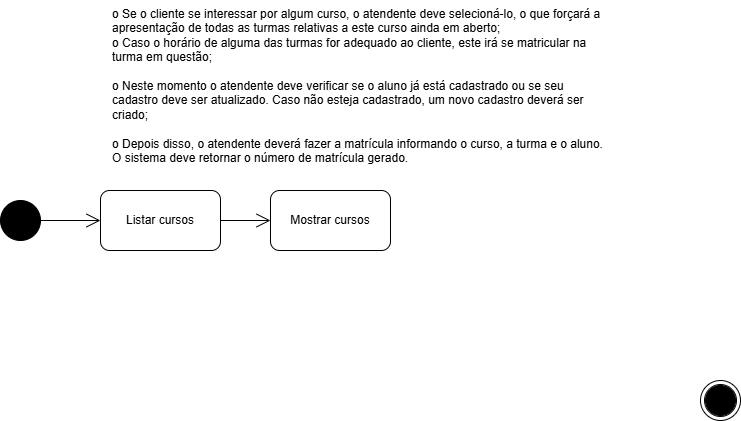
This is APOO/diagrama_atividade/02_atividade/Controle_de_Cursos.png from joao-marcos-azvd/Estudos-de-programacao, a draw.io export, as it was before one commit. Source tidied: cells renumbered, new cells last; positions are measured from the earlier drawing's top-left corner, leaving out a move shared by most shapes. Source of this version:
```xml
<mxGraphModel>
  <root>
    <mxCell id="0" />
    <mxCell id="1" parent="0" />
    <mxCell id="2" style="ellipse;shape=doubleEllipse;whiteSpace=wrap;html=1;fillColor=#000000;" parent="1" vertex="1">
      <mxGeometry y="200" width="40" height="40" as="geometry" />
    </mxCell>
    <mxCell id="3" style="ellipse;shape=doubleEllipse;whiteSpace=wrap;html=1;" parent="1" vertex="1">
      <mxGeometry x="700" y="380" width="40" height="40" as="geometry" />
    </mxCell>
    <mxCell id="4" style="ellipse;shape=doubleEllipse;whiteSpace=wrap;html=1;fillColor=#000000;" parent="1" vertex="1">
      <mxGeometry x="705" y="385" width="30" height="30" as="geometry" />
    </mxCell>
    <mxCell id="5" value="&lt;div&gt;o Se o cliente se interessar por algum curso, o atendente deve selecioná-lo, o que forçará a&lt;br&gt;apresentação de todas as turmas relativas a este curso ainda em aberto;&lt;br&gt;o Caso o horário de alguma das turmas for adequado ao cliente, este irá se matricular na&lt;br&gt;turma em questão;&lt;/div&gt;&lt;div&gt;&lt;br&gt;o Neste momento o atendente deve verificar se o aluno já está cadastrado ou se seu&lt;br&gt;cadastro deve ser atualizado. Caso não esteja cadastrado, um novo cadastro deverá ser&lt;br&gt;criado;&lt;/div&gt;&lt;div&gt;&lt;br&gt;o Depois disso, o atendente deverá fazer a matrícula informando o curso, a turma e o aluno.&lt;br&gt;O sistema deve retornar o número de matrícula gerado.&lt;/div&gt;" style="text;whiteSpace=wrap;html=1;" parent="1" vertex="1">
      <mxGeometry x="110" width="520" height="180" as="geometry" />
    </mxCell>
    <mxCell id="6" style="endArrow=open;endFill=1;endSize=12;html=1;rounded=0;exitX=1;exitY=0.5;exitDx=0;exitDy=0;entryX=0;entryY=0.5;entryDx=0;entryDy=0;" parent="1" edge="1" source="2" target="7">
      <mxGeometry relative="1" as="geometry" />
    </mxCell>
    <mxCell id="7" value="Listar cursos" style="rounded=1;whiteSpace=wrap;html=1;" parent="1" vertex="1">
      <mxGeometry x="100" y="190" width="120" height="60" as="geometry" />
    </mxCell>
    <mxCell id="8" value="Mostrar cursos" style="rounded=1;whiteSpace=wrap;html=1;" parent="1" vertex="1">
      <mxGeometry x="270" y="190" width="120" height="60" as="geometry" />
    </mxCell>
    <mxCell id="9" style="endArrow=open;endFill=1;endSize=12;html=1;rounded=0;exitX=1;exitY=0.5;exitDx=0;exitDy=0;entryX=0;entryY=0.5;entryDx=0;entryDy=0;" parent="1" edge="1" source="7" target="8">
      <mxGeometry relative="1" as="geometry" />
    </mxCell>
  </root>
</mxGraphModel>
```
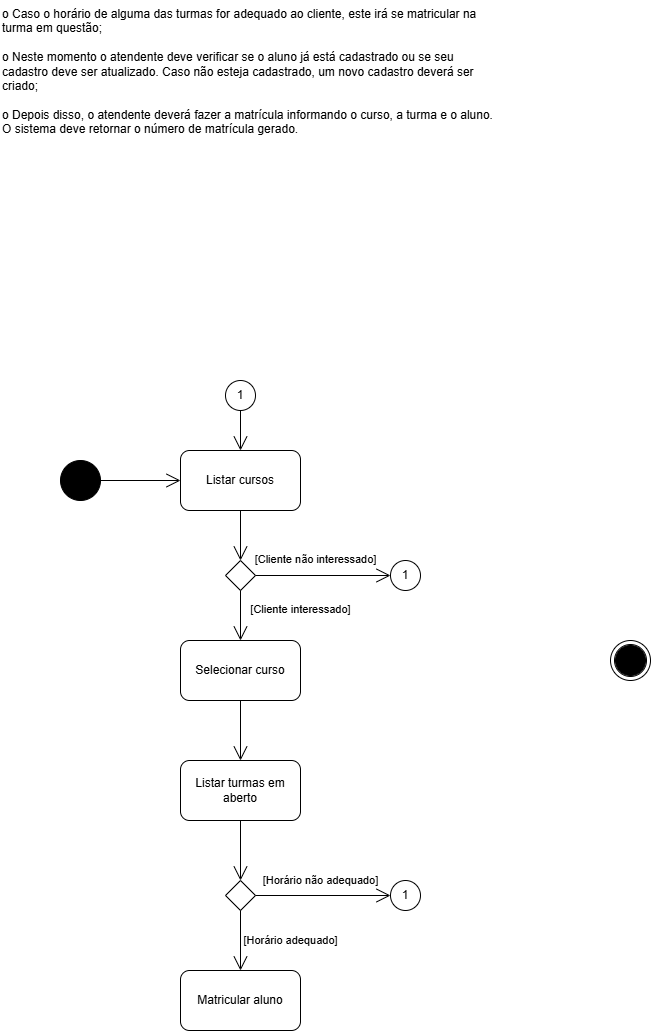
The same file after the commit.

Diff of the diagram source:
```diff
@@ -3,7 +3,7 @@
     <mxCell id="0" />
     <mxCell id="1" parent="0" />
     <mxCell id="2" style="ellipse;shape=doubleEllipse;whiteSpace=wrap;html=1;fillColor=#000000;" parent="1" vertex="1">
-      <mxGeometry y="200" width="40" height="40" as="geometry" />
+      <mxGeometry x="150" y="200" width="40" height="40" as="geometry" />
     </mxCell>
     <mxCell id="3" style="ellipse;shape=doubleEllipse;whiteSpace=wrap;html=1;" parent="1" vertex="1">
       <mxGeometry x="700" y="380" width="40" height="40" as="geometry" />
@@ -11,20 +11,78 @@
     <mxCell id="4" style="ellipse;shape=doubleEllipse;whiteSpace=wrap;html=1;fillColor=#000000;" parent="1" vertex="1">
       <mxGeometry x="705" y="385" width="30" height="30" as="geometry" />
     </mxCell>
-    <mxCell id="5" value="&lt;div&gt;o Se o cliente se interessar por algum curso, o atendente deve selecioná-lo, o que forçará a&lt;br&gt;apresentação de todas as turmas relativas a este curso ainda em aberto;&lt;br&gt;o Caso o horário de alguma das turmas for adequado ao cliente, este irá se matricular na&lt;br&gt;turma em questão;&lt;/div&gt;&lt;div&gt;&lt;br&gt;o Neste momento o atendente deve verificar se o aluno já está cadastrado ou se seu&lt;br&gt;cadastro deve ser atualizado. Caso não esteja cadastrado, um novo cadastro deverá ser&lt;br&gt;criado;&lt;/div&gt;&lt;div&gt;&lt;br&gt;o Depois disso, o atendente deverá fazer a matrícula informando o curso, a turma e o aluno.&lt;br&gt;O sistema deve retornar o número de matrícula gerado.&lt;/div&gt;" style="text;whiteSpace=wrap;html=1;" parent="1" vertex="1">
-      <mxGeometry x="110" width="520" height="180" as="geometry" />
+    <mxCell id="5" value="&lt;div&gt;o Caso o horário de alguma das turmas for adequado ao cliente, este irá se matricular na&lt;br&gt;turma em questão;&lt;/div&gt;&lt;div&gt;&lt;br&gt;o Neste momento o atendente deve verificar se o aluno já está cadastrado ou se seu&lt;br&gt;cadastro deve ser atualizado. Caso não esteja cadastrado, um novo cadastro deverá ser&lt;br&gt;criado;&lt;/div&gt;&lt;div&gt;&lt;br&gt;o Depois disso, o atendente deverá fazer a matrícula informando o curso, a turma e o aluno.&lt;br&gt;O sistema deve retornar o número de matrícula gerado.&lt;/div&gt;" style="text;whiteSpace=wrap;html=1;" parent="1" vertex="1">
+      <mxGeometry x="90" y="-260" width="520" height="180" as="geometry" />
     </mxCell>
-    <mxCell id="6" style="endArrow=open;endFill=1;endSize=12;html=1;rounded=0;exitX=1;exitY=0.5;exitDx=0;exitDy=0;entryX=0;entryY=0.5;entryDx=0;entryDy=0;" parent="1" edge="1" source="2" target="7">
+    <mxCell id="6" style="endArrow=open;endFill=1;endSize=12;html=1;rounded=0;exitX=1;exitY=0.5;exitDx=0;exitDy=0;entryX=0;entryY=0.5;entryDx=0;entryDy=0;" parent="1" edge="1" source="2" target="8">
       <mxGeometry relative="1" as="geometry" />
     </mxCell>
-    <mxCell id="7" value="Listar cursos" style="rounded=1;whiteSpace=wrap;html=1;" parent="1" vertex="1">
-      <mxGeometry x="100" y="190" width="120" height="60" as="geometry" />
-    </mxCell>
-    <mxCell id="8" value="Mostrar cursos" style="rounded=1;whiteSpace=wrap;html=1;" parent="1" vertex="1">
+    <mxCell id="8" value="Listar cursos" style="rounded=1;whiteSpace=wrap;html=1;" parent="1" vertex="1">
       <mxGeometry x="270" y="190" width="120" height="60" as="geometry" />
     </mxCell>
-    <mxCell id="9" style="endArrow=open;endFill=1;endSize=12;html=1;rounded=0;exitX=1;exitY=0.5;exitDx=0;exitDy=0;entryX=0;entryY=0.5;entryDx=0;entryDy=0;" parent="1" edge="1" source="7" target="8">
-      <mxGeometry relative="1" as="geometry" />
-    </mxCell>
+    <mxCell id="10" style="rhombus;whiteSpace=wrap;html=1;" parent="1" vertex="1">
+      <mxGeometry x="315" y="300" width="30" height="30" as="geometry" />
+    </mxCell>
+    <mxCell id="11" style="endArrow=open;endFill=1;endSize=12;html=1;rounded=0;exitX=0.5;exitY=1;exitDx=0;exitDy=0;entryX=0.5;entryY=0;entryDx=0;entryDy=0;" parent="1" edge="1" source="8" target="10">
+      <mxGeometry relative="1" as="geometry" />
+    </mxCell>
+    <mxCell id="12" value="Selecionar curso" style="rounded=1;whiteSpace=wrap;html=1;" parent="1" vertex="1">
+      <mxGeometry x="270" y="380" width="120" height="60" as="geometry" />
+    </mxCell>
+    <mxCell id="13" style="endArrow=open;endFill=1;endSize=12;html=1;rounded=0;exitX=0.5;exitY=1;exitDx=0;exitDy=0;entryX=0.5;entryY=0;entryDx=0;entryDy=0;" parent="1" edge="1" source="10" target="12">
+      <mxGeometry relative="1" as="geometry" />
+    </mxCell>
+    <mxCell id="14" value="[Cliente interessado]" style="edgeLabel;html=1;align=center;verticalAlign=middle;" parent="13" vertex="1">
+      <mxGeometry x="-0.11" y="3" relative="1" as="geometry">
+        <mxPoint x="57" y="-4" as="offset" />
+      </mxGeometry>
+    </mxCell>
+    <mxCell id="15" value="[Cliente não interessado]" style="edgeLabel;html=1;align=center;verticalAlign=middle;" parent="1" vertex="1">
+      <mxGeometry x="495" y="300" as="geometry">
+        <mxPoint x="-90" y="-1" as="offset" />
+      </mxGeometry>
+    </mxCell>
+    <mxCell id="16" value="Listar turmas em aberto" style="rounded=1;whiteSpace=wrap;html=1;" parent="1" vertex="1">
+      <mxGeometry x="270" y="500" width="120" height="60" as="geometry" />
+    </mxCell>
+    <mxCell id="17" style="endArrow=open;endFill=1;endSize=12;html=1;rounded=0;exitX=0.5;exitY=1;exitDx=0;exitDy=0;entryX=0.5;entryY=0;entryDx=0;entryDy=0;" parent="1" edge="1" source="12" target="16">
+      <mxGeometry relative="1" as="geometry" />
+    </mxCell>
+    <mxCell id="18" value="Matricular aluno" style="rounded=1;whiteSpace=wrap;html=1;" parent="1" vertex="1">
+      <mxGeometry x="270" y="710" width="120" height="60" as="geometry" />
+    </mxCell>
+    <mxCell id="19" style="rhombus;whiteSpace=wrap;html=1;" parent="1" vertex="1">
+      <mxGeometry x="315" y="620" width="30" height="30" as="geometry" />
+    </mxCell>
+    <mxCell id="20" style="endArrow=open;endFill=1;endSize=12;html=1;rounded=0;exitX=0.5;exitY=1;exitDx=0;exitDy=0;entryX=0.5;entryY=0;entryDx=0;entryDy=0;" parent="1" edge="1" source="19" target="18">
+      <mxGeometry relative="1" as="geometry" />
+    </mxCell>
+    <mxCell id="21" style="endArrow=open;endFill=1;endSize=12;html=1;rounded=0;exitX=0.5;exitY=1;exitDx=0;exitDy=0;entryX=0.5;entryY=0;entryDx=0;entryDy=0;" parent="1" edge="1" source="16" target="19">
+      <mxGeometry relative="1" as="geometry" />
+    </mxCell>
+    <mxCell id="22" value="[Horário adequado]" style="edgeLabel;html=1;align=center;verticalAlign=middle;" parent="1" vertex="1">
+      <mxGeometry x="380" y="680" as="geometry" />
+    </mxCell>
+    <mxCell id="23" value="1" style="ellipse;whiteSpace=wrap;html=1;" parent="1" vertex="1">
+      <mxGeometry x="480" y="620" width="30" height="30" as="geometry" />
+    </mxCell>
+    <mxCell id="24" style="endArrow=open;endFill=1;endSize=12;html=1;rounded=0;exitX=1;exitY=0.5;exitDx=0;exitDy=0;entryX=0;entryY=0.5;entryDx=0;entryDy=0;" parent="1" edge="1" source="19" target="23">
+      <mxGeometry relative="1" as="geometry" />
+    </mxCell>
+    <mxCell id="25" value="[Horário não adequado]" style="edgeLabel;html=1;align=center;verticalAlign=middle;" parent="1" vertex="1">
+      <mxGeometry x="410" y="620" as="geometry" />
+    </mxCell>
+    <mxCell id="26" value="1" style="ellipse;whiteSpace=wrap;html=1;" parent="1" vertex="1">
+      <mxGeometry x="315" y="120" width="30" height="30" as="geometry" />
+    </mxCell>
+    <mxCell id="27" style="endArrow=open;endFill=1;endSize=12;html=1;rounded=0;exitX=0.5;exitY=1;exitDx=0;exitDy=0;entryX=0.5;entryY=0;entryDx=0;entryDy=0;" parent="1" edge="1" source="26" target="8">
+      <mxGeometry relative="1" as="geometry" />
+    </mxCell>
+    <mxCell id="28" value="1" style="ellipse;whiteSpace=wrap;html=1;" parent="1" vertex="1">
+      <mxGeometry x="480" y="300" width="30" height="30" as="geometry" />
+    </mxCell>
+    <mxCell id="29" style="endArrow=open;endFill=1;endSize=12;html=1;rounded=0;entryX=0;entryY=0.5;entryDx=0;entryDy=0;exitX=1;exitY=0.5;exitDx=0;exitDy=0;" parent="1" edge="1" source="10" target="28">
+      <mxGeometry relative="1" as="geometry" />
+    </mxCell>
   </root>
 </mxGraphModel>
```
